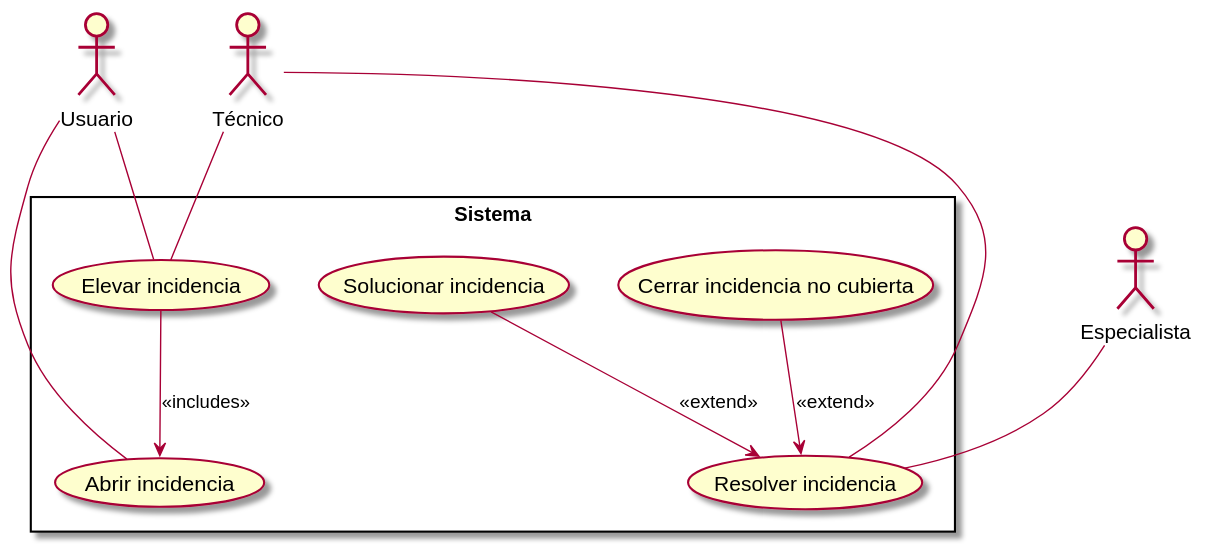
Above: entornos-de-desarrollo/apuntes/6/media/soporte-tecnico.svg in alvarogonzalezsotillo/apuntes-clase (PlantUML), before the change. The source it was exported from:
```plantuml
@startuml

actor Usuario
actor Técnico
actor Especialista

rectangle Sistema {
    Usuario -- (Abrir incidencia)

    Técnico -- (Resolver incidencia)

    (Cerrar incidencia no cubierta) --> (Resolver incidencia) : <<extend>>
    (Solucionar incidencia) --> (Resolver incidencia) : <<extend>>

    Usuario -- (Elevar incidencia)
    Técnico -- (Elevar incidencia)

    (Elevar incidencia) --> (Abrir incidencia) : <<includes>>

    Especialista -- (Resolver incidencia)
}



@enduml
```
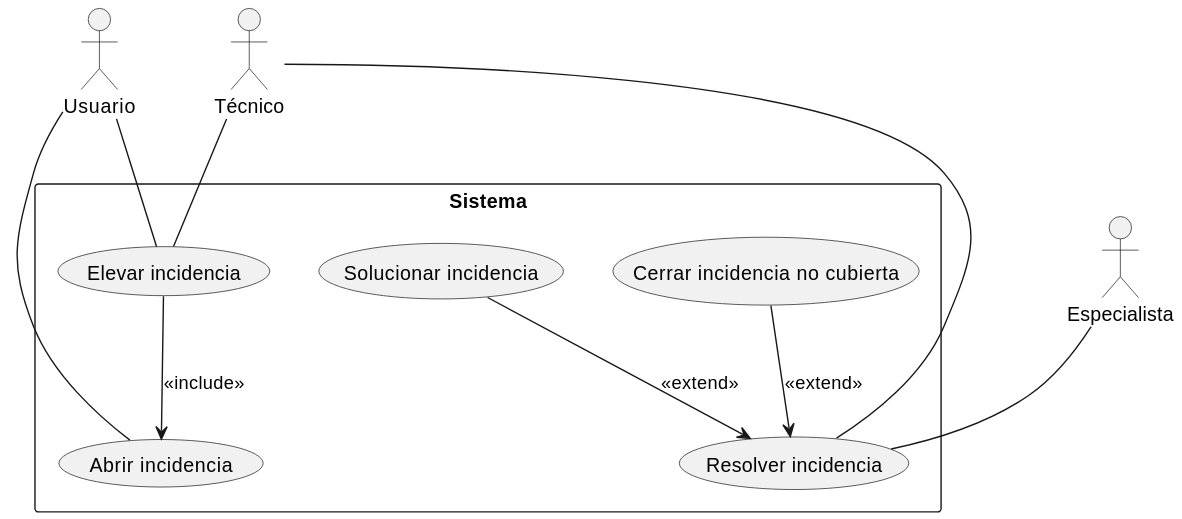
Above is the later version.

The edit, as a diff of the source:
```diff
@@ -1,5 +1,4 @@
 @startuml
-
 actor Usuario
 actor Técnico
 actor Especialista
@@ -15,11 +14,8 @@
     Usuario -- (Elevar incidencia)
     Técnico -- (Elevar incidencia)
 
-    (Elevar incidencia) --> (Abrir incidencia) : <<includes>>
+    (Elevar incidencia) --> (Abrir incidencia) : <<include>>
 
     Especialista -- (Resolver incidencia)
 }
-
-
-
 @enduml
```
